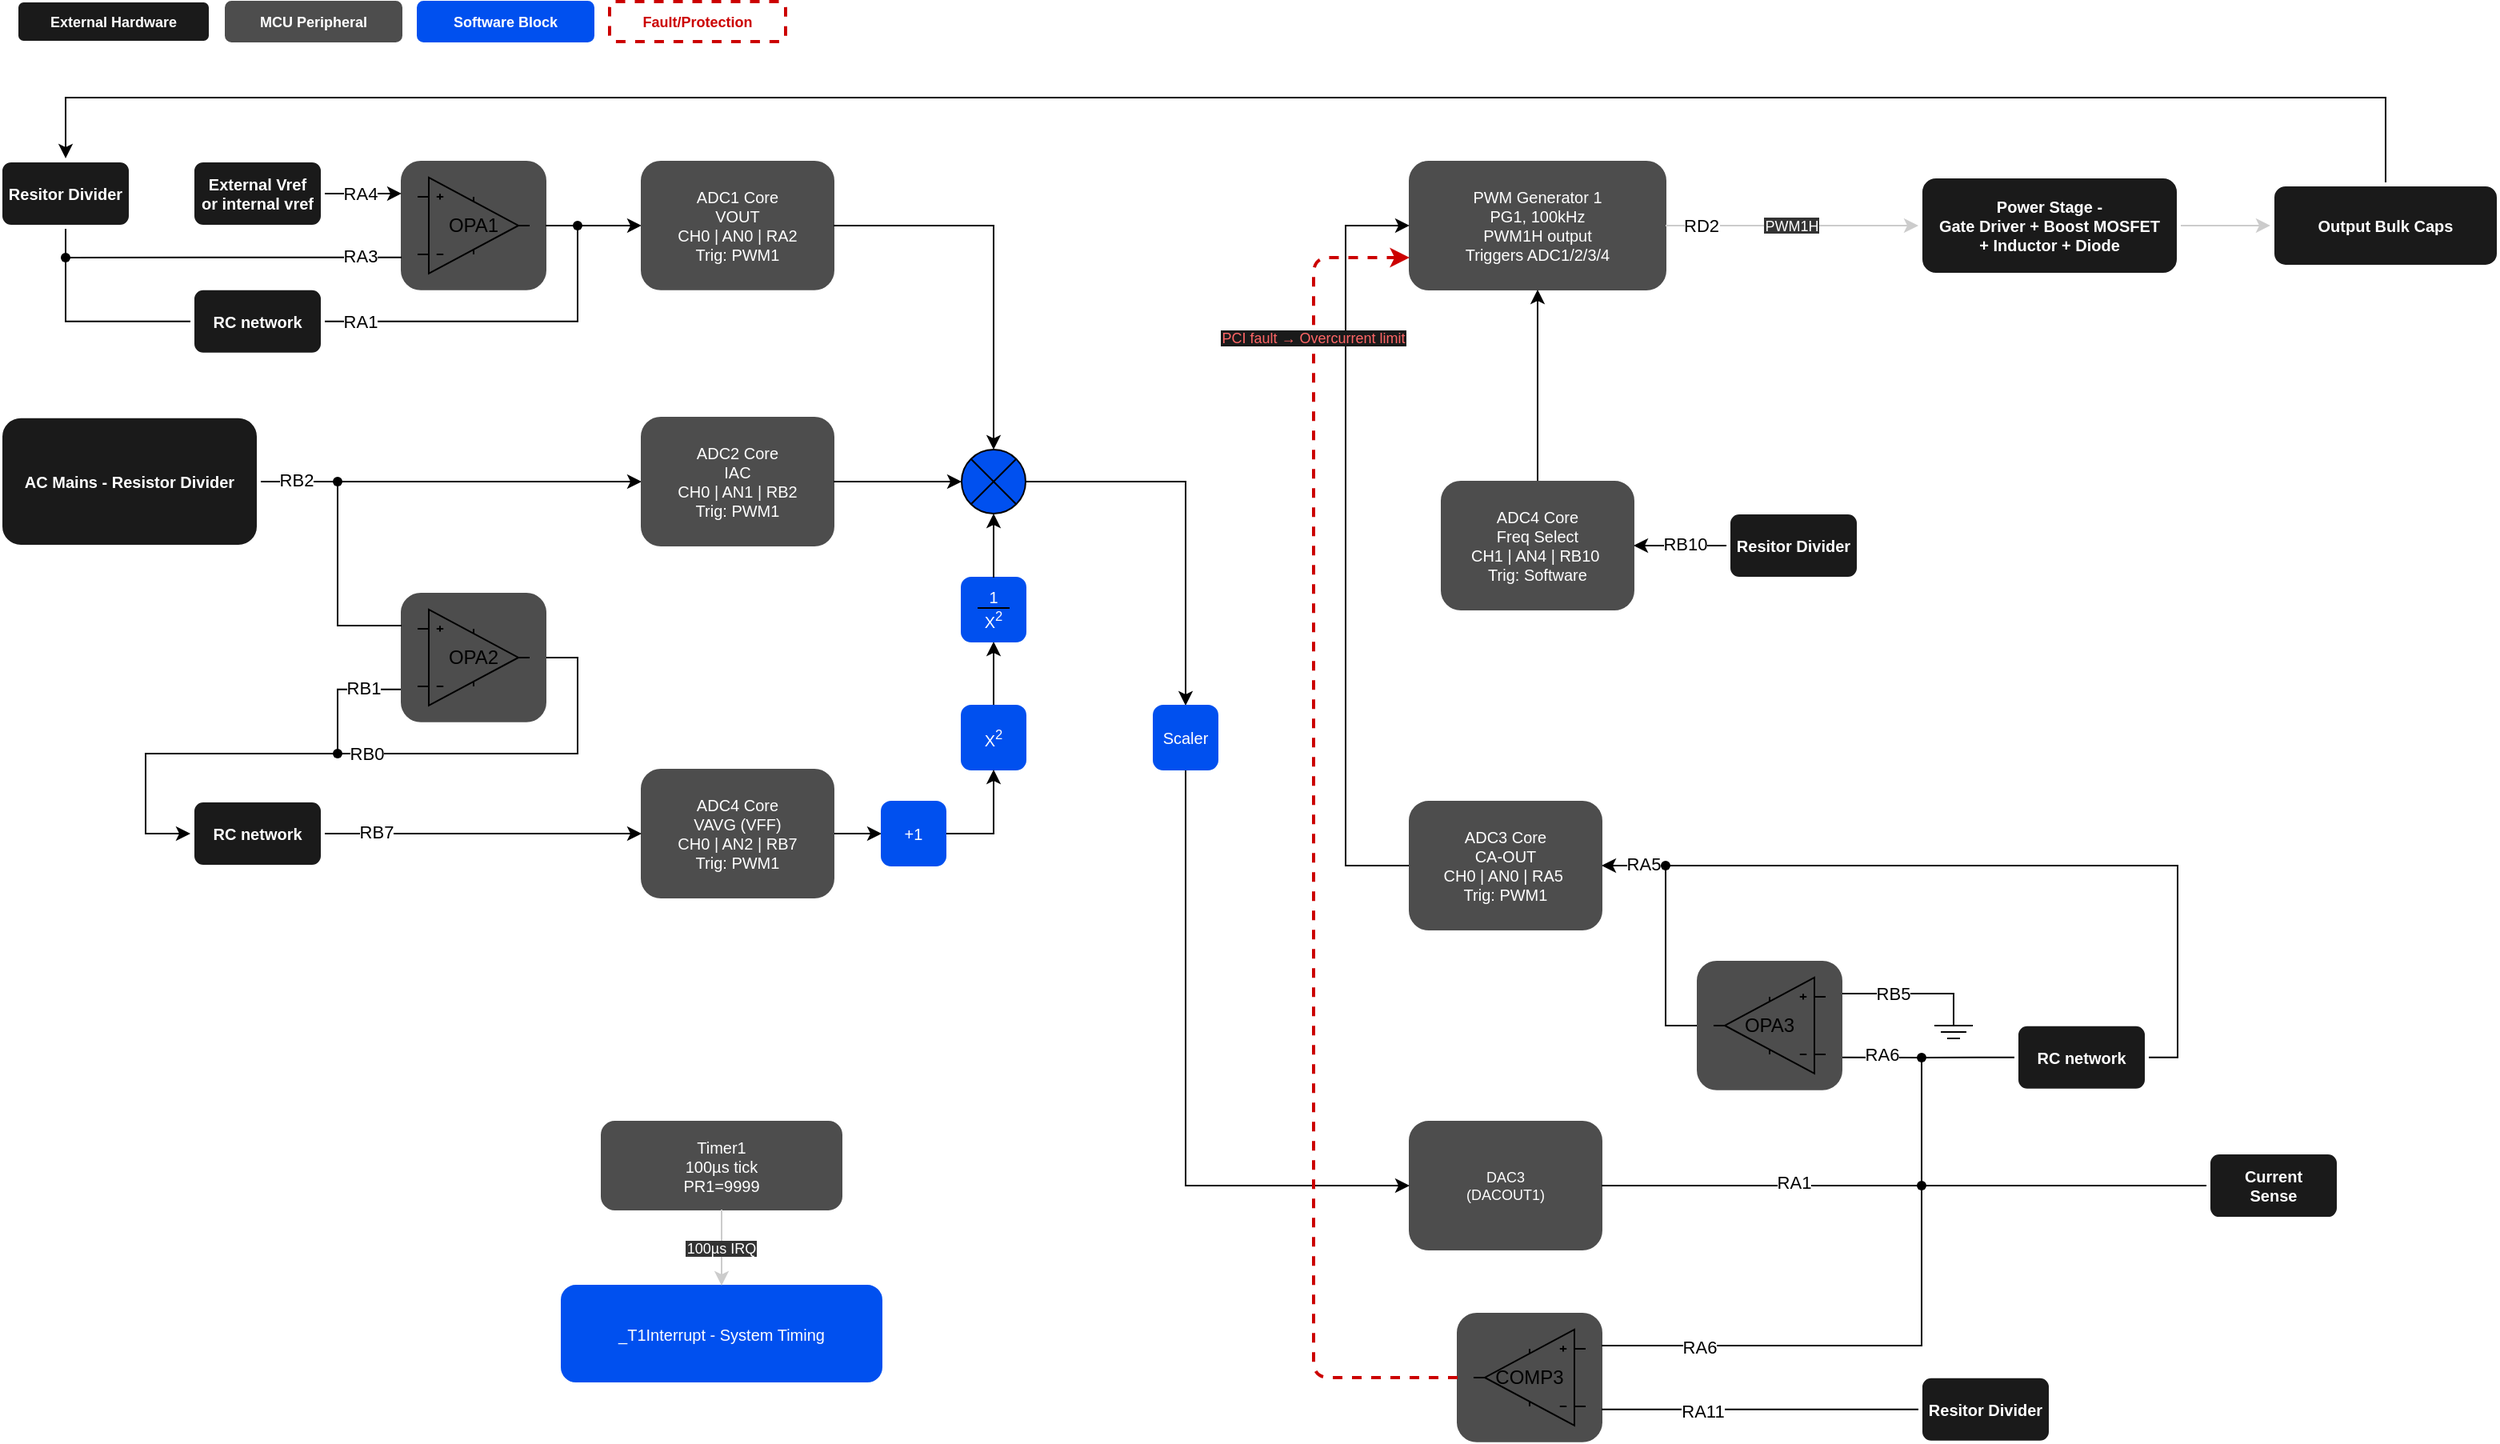
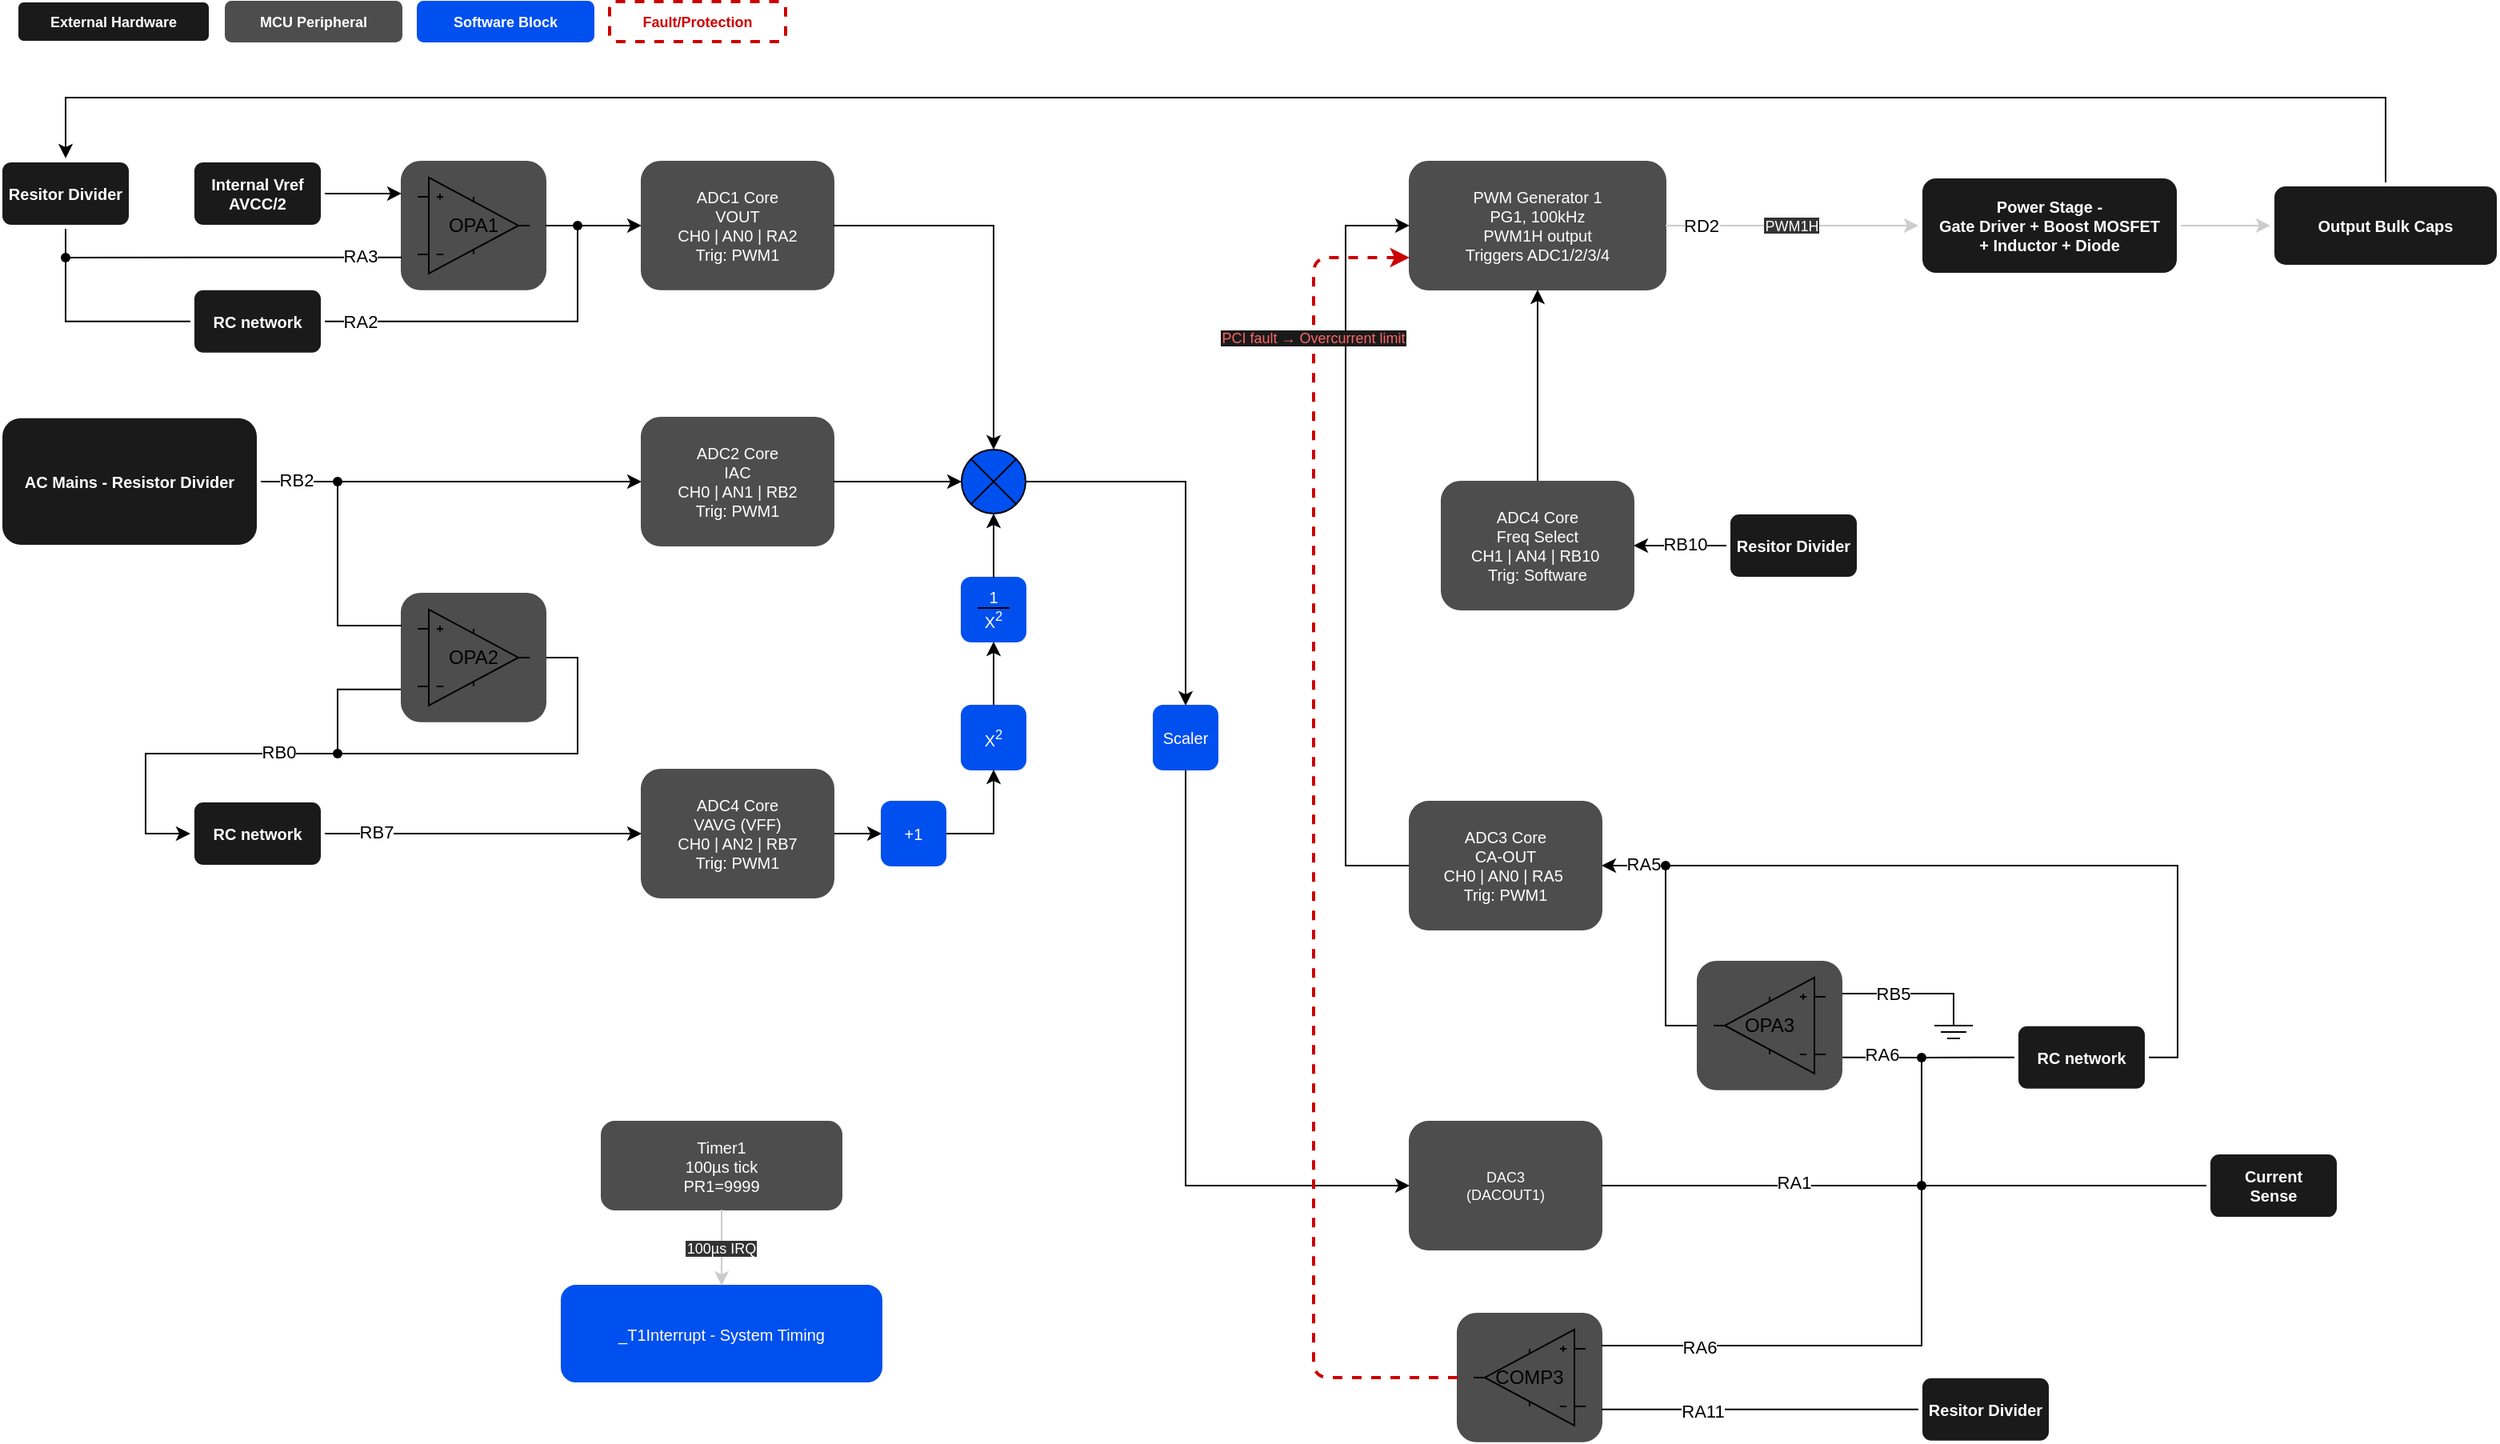
<mxfile host="Electron" agent="Mozilla/5.0 (Windows NT 10.0; Win64; x64) AppleWebKit/537.36 (KHTML, like Gecko) draw.io/25.0.2 Chrome/128.0.6613.186 Electron/32.2.5 Safari/537.36" version="25.0.2">
  <diagram name="dsPIC Functional Block Diagram" id="TTazezMSGf-yASinZBpF">
-     <mxGraphModel dx="170" dy="372" grid="1" gridSize="10" guides="1" tooltips="1" connect="1" arrows="1" fold="1" page="1" pageScale="1" pageWidth="2200" pageHeight="1400" math="0" shadow="0">
+     <mxGraphModel dx="1105" dy="654" grid="1" gridSize="10" guides="1" tooltips="1" connect="1" arrows="1" fold="1" page="1" pageScale="1" pageWidth="2200" pageHeight="1400" math="0" shadow="0">
      <root>
        <mxCell id="xG4Lxz5vGgRE9JCWwKTY-0" />
        <mxCell id="xG4Lxz5vGgRE9JCWwKTY-1" parent="xG4Lxz5vGgRE9JCWwKTY-0" />
        <mxCell id="6Hq7KQMDtwCq4GpELcWa-28" style="edgeStyle=orthogonalEdgeStyle;rounded=0;orthogonalLoop=1;jettySize=auto;html=1;exitDx=0;exitDy=0;entryX=0;entryY=0.5;entryDx=0;entryDy=0;" parent="xG4Lxz5vGgRE9JCWwKTY-1" source="6Hq7KQMDtwCq4GpELcWa-30" target="xG4Lxz5vGgRE9JCWwKTY-20" edge="1">
          <mxGeometry relative="1" as="geometry" />
        </mxCell>
        <mxCell id="6Hq7KQMDtwCq4GpELcWa-32" style="edgeStyle=orthogonalEdgeStyle;rounded=0;orthogonalLoop=1;jettySize=auto;html=1;exitDx=0;exitDy=0;entryX=0;entryY=0.5;entryDx=0;entryDy=0;endArrow=none;endFill=0;" parent="xG4Lxz5vGgRE9JCWwKTY-1" source="6Hq7KQMDtwCq4GpELcWa-34" target="ERXI6H7VJ3-U-STfM57P-12" edge="1">
          <mxGeometry relative="1" as="geometry">
            <Array as="points">
              <mxPoint x="80" y="220" />
            </Array>
          </mxGeometry>
        </mxCell>
        <mxCell id="ERXI6H7VJ3-U-STfM57P-0" value="" style="rounded=1;whiteSpace=wrap;html=1;fillColor=#4D4D4D;strokeColor=#4D4D4D;fontColor=#FFFFFF;fontSize=10;align=center;" parent="xG4Lxz5vGgRE9JCWwKTY-1" vertex="1">
          <mxGeometry x="290" y="120" width="90" height="79.91" as="geometry" />
        </mxCell>
        <mxCell id="xG4Lxz5vGgRE9JCWwKTY-2" value="dsPIC33AK512MPS506 PFC — Control Block Diagram" style="text;html=1;align=center;verticalAlign=middle;fontSize=20;fontStyle=1;fontColor=#FFFFFF;" parent="xG4Lxz5vGgRE9JCWwKTY-1" vertex="1">
          <mxGeometry x="560" y="20" width="600" height="35" as="geometry" />
        </mxCell>
        <mxCell id="xG4Lxz5vGgRE9JCWwKTY-3" value="External Hardware" style="rounded=1;whiteSpace=wrap;html=1;fillColor=#1A1A1A;strokeColor=#FFFFFF;fontColor=#FFFFFF;fontSize=9;fontStyle=1;perimeterSpacing=2;" parent="xG4Lxz5vGgRE9JCWwKTY-1" vertex="1">
          <mxGeometry x="50" y="20" width="120" height="25" as="geometry" />
        </mxCell>
        <mxCell id="xG4Lxz5vGgRE9JCWwKTY-4" value="MCU Peripheral" style="rounded=1;whiteSpace=wrap;html=1;fillColor=#4D4D4D;strokeColor=#4D4D4D;fontColor=#FFFFFF;fontSize=9;fontStyle=1;" parent="xG4Lxz5vGgRE9JCWwKTY-1" vertex="1">
          <mxGeometry x="180" y="20" width="110" height="25" as="geometry" />
        </mxCell>
        <mxCell id="xG4Lxz5vGgRE9JCWwKTY-5" value="Software Block" style="rounded=1;whiteSpace=wrap;html=1;fillColor=#0050EF;strokeColor=#0050EF;fontColor=#FFFFFF;fontSize=9;fontStyle=1;" parent="xG4Lxz5vGgRE9JCWwKTY-1" vertex="1">
          <mxGeometry x="300" y="20" width="110" height="25" as="geometry" />
        </mxCell>
        <mxCell id="xG4Lxz5vGgRE9JCWwKTY-6" value="Fault/Protection" style="rounded=1;whiteSpace=wrap;html=1;fillColor=none;strokeColor=#CC0000;fontColor=#CC0000;fontSize=9;fontStyle=1;strokeWidth=2;dashed=1;" parent="xG4Lxz5vGgRE9JCWwKTY-1" vertex="1">
          <mxGeometry x="420" y="20" width="110" height="25" as="geometry" />
        </mxCell>
        <mxCell id="xG4Lxz5vGgRE9JCWwKTY-9" value="Power Stage -&lt;br&gt;Gate Driver + Boost MOSFET&lt;br&gt;+ Inductor + Diode" style="rounded=1;whiteSpace=wrap;html=1;fillColor=#1A1A1A;strokeColor=#FFFFFF;fontColor=#FFFFFF;fontSize=10;fontStyle=1;perimeterSpacing=2;" parent="xG4Lxz5vGgRE9JCWwKTY-1" vertex="1">
          <mxGeometry x="1240" y="129.98000000000002" width="160" height="60" as="geometry" />
        </mxCell>
        <mxCell id="6Hq7KQMDtwCq4GpELcWa-37" style="edgeStyle=orthogonalEdgeStyle;rounded=0;orthogonalLoop=1;jettySize=auto;html=1;exitDx=0;exitDy=0;entryX=0;entryY=0.5;entryDx=0;entryDy=0;" parent="xG4Lxz5vGgRE9JCWwKTY-1" source="6Hq7KQMDtwCq4GpELcWa-39" target="xG4Lxz5vGgRE9JCWwKTY-18" edge="1">
          <mxGeometry relative="1" as="geometry" />
        </mxCell>
        <mxCell id="xG4Lxz5vGgRE9JCWwKTY-10" value="AC Mains - Resistor Divider" style="rounded=1;whiteSpace=wrap;html=1;fillColor=#1A1A1A;strokeColor=#FFFFFF;fontColor=#FFFFFF;fontSize=10;fontStyle=1;perimeterSpacing=2;" parent="xG4Lxz5vGgRE9JCWwKTY-1" vertex="1">
          <mxGeometry x="40" y="279.91" width="160" height="80.09" as="geometry" />
        </mxCell>
        <mxCell id="6Hq7KQMDtwCq4GpELcWa-26" style="edgeStyle=orthogonalEdgeStyle;rounded=0;orthogonalLoop=1;jettySize=auto;html=1;exitX=0.5;exitY=0;exitDx=0;exitDy=0;entryX=0.5;entryY=0;entryDx=0;entryDy=0;" parent="xG4Lxz5vGgRE9JCWwKTY-1" source="xG4Lxz5vGgRE9JCWwKTY-11" target="ERXI6H7VJ3-U-STfM57P-13" edge="1">
          <mxGeometry relative="1" as="geometry">
            <Array as="points">
              <mxPoint x="1530" y="80" />
              <mxPoint x="80" y="80" />
            </Array>
          </mxGeometry>
        </mxCell>
        <mxCell id="xG4Lxz5vGgRE9JCWwKTY-11" value="Output Bulk Caps" style="rounded=1;whiteSpace=wrap;html=1;fillColor=#1A1A1A;strokeColor=#FFFFFF;fontColor=#FFFFFF;fontSize=10;fontStyle=1;perimeterSpacing=2;" parent="xG4Lxz5vGgRE9JCWwKTY-1" vertex="1">
          <mxGeometry x="1460" y="134.98000000000002" width="140" height="50" as="geometry" />
        </mxCell>
        <mxCell id="xG4Lxz5vGgRE9JCWwKTY-18" value="ADC2 Core&lt;div&gt;IAC&lt;br&gt;CH0 | AN1 | RB2&lt;/div&gt;&lt;div&gt;Trig: PWM1&lt;/div&gt;" style="rounded=1;whiteSpace=wrap;html=1;fillColor=#4D4D4D;strokeColor=#4D4D4D;fontColor=#FFFFFF;fontSize=10;" parent="xG4Lxz5vGgRE9JCWwKTY-1" vertex="1">
          <mxGeometry x="440" y="280" width="120" height="80" as="geometry" />
        </mxCell>
        <mxCell id="xG4Lxz5vGgRE9JCWwKTY-19" value="PWM Generator 1&lt;br&gt;PG1, 100kHz&lt;br&gt;PWM1H output&lt;br&gt;Triggers ADC1/2/3/4" style="rounded=1;whiteSpace=wrap;html=1;fillColor=#4D4D4D;strokeColor=#4D4D4D;fontColor=#FFFFFF;fontSize=10;" parent="xG4Lxz5vGgRE9JCWwKTY-1" vertex="1">
          <mxGeometry x="920" y="119.94999999999999" width="160" height="80.05" as="geometry" />
        </mxCell>
        <mxCell id="xG4Lxz5vGgRE9JCWwKTY-20" value="ADC1 Core&lt;div&gt;VOUT&lt;/div&gt;&lt;div&gt;CH0 | AN0 | RA2&lt;br&gt;Trig: PWM1&lt;/div&gt;" style="rounded=1;whiteSpace=wrap;html=1;fillColor=#4D4D4D;strokeColor=#4D4D4D;fontColor=#FFFFFF;fontSize=10;" parent="xG4Lxz5vGgRE9JCWwKTY-1" vertex="1">
          <mxGeometry x="440" y="120" width="120" height="79.91" as="geometry" />
        </mxCell>
        <mxCell id="6Hq7KQMDtwCq4GpELcWa-9" style="edgeStyle=orthogonalEdgeStyle;rounded=0;orthogonalLoop=1;jettySize=auto;html=1;exitDx=0;exitDy=0;entryX=1;entryY=0.75;entryDx=0;entryDy=0;endArrow=none;endFill=0;" parent="xG4Lxz5vGgRE9JCWwKTY-1" source="6Hq7KQMDtwCq4GpELcWa-14" target="ERXI6H7VJ3-U-STfM57P-17" edge="1">
          <mxGeometry relative="1" as="geometry">
            <mxPoint x="1240" y="760" as="targetPoint" />
            <Array as="points">
              <mxPoint x="1240" y="680" />
            </Array>
          </mxGeometry>
        </mxCell>
        <mxCell id="uwgXkesg3cz8gNDAVro1-9" value="RA6" style="edgeLabel;html=1;align=center;verticalAlign=middle;resizable=0;points=[];" vertex="1" connectable="0" parent="6Hq7KQMDtwCq4GpELcWa-9">
          <mxGeometry x="0.0106" y="-2" relative="1" as="geometry">
            <mxPoint as="offset" />
          </mxGeometry>
        </mxCell>
        <mxCell id="xG4Lxz5vGgRE9JCWwKTY-21" value="DAC3&lt;br&gt;(DACOUT1)" style="rounded=1;whiteSpace=wrap;html=1;fillColor=#4D4D4D;strokeColor=#4D4D4D;fontColor=#FFFFFF;fontSize=9;" parent="xG4Lxz5vGgRE9JCWwKTY-1" vertex="1">
          <mxGeometry x="920" y="720" width="120" height="80" as="geometry" />
        </mxCell>
        <mxCell id="6Hq7KQMDtwCq4GpELcWa-52" style="edgeStyle=orthogonalEdgeStyle;rounded=0;orthogonalLoop=1;jettySize=auto;html=1;exitX=1;exitY=0.5;exitDx=0;exitDy=0;entryX=0;entryY=0.5;entryDx=0;entryDy=0;" parent="xG4Lxz5vGgRE9JCWwKTY-1" source="xG4Lxz5vGgRE9JCWwKTY-22" target="6Hq7KQMDtwCq4GpELcWa-51" edge="1">
          <mxGeometry relative="1" as="geometry" />
        </mxCell>
        <mxCell id="xG4Lxz5vGgRE9JCWwKTY-22" value="ADC4 Core&lt;div&gt;VAVG (VFF)&lt;br&gt;CH0 | AN2 | RB7&lt;br&gt;Trig: PWM1&lt;/div&gt;" style="rounded=1;whiteSpace=wrap;html=1;fillColor=#4D4D4D;strokeColor=#4D4D4D;fontColor=#FFFFFF;fontSize=10;" parent="xG4Lxz5vGgRE9JCWwKTY-1" vertex="1">
          <mxGeometry x="440" y="500" width="120" height="80" as="geometry" />
        </mxCell>
        <mxCell id="xG4Lxz5vGgRE9JCWwKTY-26" value="Timer1&#xa;100µs tick&#xa;PR1=9999" style="rounded=1;whiteSpace=wrap;html=1;fillColor=#4D4D4D;strokeColor=#4D4D4D;fontColor=#FFFFFF;fontSize=10;" parent="xG4Lxz5vGgRE9JCWwKTY-1" vertex="1">
          <mxGeometry x="415" y="720" width="150" height="55" as="geometry" />
        </mxCell>
        <mxCell id="xG4Lxz5vGgRE9JCWwKTY-49" value="_T1Interrupt - System Timing" style="rounded=1;whiteSpace=wrap;html=1;fillColor=#0050EF;strokeColor=#0050EF;fontColor=#FFFFFF;fontSize=10;" parent="xG4Lxz5vGgRE9JCWwKTY-1" vertex="1">
          <mxGeometry x="390" y="822.5" width="200" height="60" as="geometry" />
        </mxCell>
        <mxCell id="xG4Lxz5vGgRE9JCWwKTY-65" value="PWM1H" style="edgeStyle=orthogonalEdgeStyle;strokeColor=#CCCCCC;fontColor=#FFFFFF;labelBackgroundColor=#333333;fontSize=9;fontStyle=0;rounded=1;align=center;verticalAlign=middle;fontFamily=Helvetica;endArrow=classic;" parent="xG4Lxz5vGgRE9JCWwKTY-1" source="xG4Lxz5vGgRE9JCWwKTY-19" target="xG4Lxz5vGgRE9JCWwKTY-9" edge="1">
          <mxGeometry relative="1" as="geometry" />
        </mxCell>
        <mxCell id="uwgXkesg3cz8gNDAVro1-15" value="RD2" style="edgeLabel;html=1;align=center;verticalAlign=middle;resizable=0;points=[];" vertex="1" connectable="0" parent="xG4Lxz5vGgRE9JCWwKTY-65">
          <mxGeometry x="-0.7247" relative="1" as="geometry">
            <mxPoint as="offset" />
          </mxGeometry>
        </mxCell>
        <mxCell id="xG4Lxz5vGgRE9JCWwKTY-67" style="edgeStyle=orthogonalEdgeStyle;strokeColor=#CCCCCC;" parent="xG4Lxz5vGgRE9JCWwKTY-1" source="xG4Lxz5vGgRE9JCWwKTY-9" target="xG4Lxz5vGgRE9JCWwKTY-11" edge="1">
          <mxGeometry relative="1" as="geometry" />
        </mxCell>
        <mxCell id="xG4Lxz5vGgRE9JCWwKTY-72" value="100µs IRQ" style="edgeStyle=orthogonalEdgeStyle;strokeColor=#CCCCCC;fontColor=#FFFFFF;labelBackgroundColor=#333333;fontSize=9;" parent="xG4Lxz5vGgRE9JCWwKTY-1" source="xG4Lxz5vGgRE9JCWwKTY-26" target="xG4Lxz5vGgRE9JCWwKTY-49" edge="1">
          <mxGeometry relative="1" as="geometry" />
        </mxCell>
        <mxCell id="ztof4GAGRDtz8DuTIBPX-0" value="OPA1" style="shape=stencil(rZbRboMgGIWfhttFIUZ3ubjtPailk5SCAdpub18UbQpWZsHEmPAf+TyeH1SAatXijgCYtQB9AgjzLDNnM756Y6w60mhbvGBJ8Y4RqygtxZFc6V6PDMpbIqnuVfQFsg9zTX+guhGcGwgVXDnKg25gmHIzN/u1sPH2f+PoDdpxZ+5wIprI0aatAvgdDa62AuceuNjM8YTyw0iDVM8hqDaVpY6heoeb448UZ76fz1rUDkKSJ8JdpozZ1RR4qA7362wmTPJJXMhDL7wuh/KaCIzyZcJ9P7zCeHcZxSpEw4QK5WDqC1GYTf1fiNsn7T7iBkmvQ4RMVOkm1iFcE1Hd9l3EMFwbhYuAxes2fES6izLdRUxL8jJ5YUCU7MJbnmUZ4cLLAiVnEbNTvSzCiMg31TBt9r0YqvaXZSjcAA==);whiteSpace=wrap;html=1;flipV=1;fillColor=#4D4D4D;fillStyle=solid;gradientColor=none;" parent="xG4Lxz5vGgRE9JCWwKTY-1" vertex="1">
          <mxGeometry x="300" y="129.95000000000005" width="70" height="60" as="geometry" />
        </mxCell>
        <mxCell id="6Hq7KQMDtwCq4GpELcWa-7" style="edgeStyle=orthogonalEdgeStyle;rounded=0;orthogonalLoop=1;jettySize=auto;html=1;exitX=1;exitY=0.5;exitDx=0;exitDy=0;exitPerimeter=0;entryX=0.5;entryY=0;entryDx=0;entryDy=0;" parent="xG4Lxz5vGgRE9JCWwKTY-1" source="ERXI6H7VJ3-U-STfM57P-3" target="ERXI6H7VJ3-U-STfM57P-8" edge="1">
          <mxGeometry relative="1" as="geometry" />
        </mxCell>
        <mxCell id="ERXI6H7VJ3-U-STfM57P-3" value="" style="verticalLabelPosition=bottom;shadow=0;dashed=0;align=center;html=1;verticalAlign=top;shape=mxgraph.electrical.abstract.multiplier;fillColor=#0050ef;" parent="xG4Lxz5vGgRE9JCWwKTY-1" vertex="1">
          <mxGeometry x="640" y="300" width="40" height="40" as="geometry" />
        </mxCell>
        <mxCell id="6Hq7KQMDtwCq4GpELcWa-5" style="edgeStyle=orthogonalEdgeStyle;rounded=0;orthogonalLoop=1;jettySize=auto;html=1;exitX=0.5;exitY=0;exitDx=0;exitDy=0;entryX=0.5;entryY=1;entryDx=0;entryDy=0;" parent="xG4Lxz5vGgRE9JCWwKTY-1" source="ERXI6H7VJ3-U-STfM57P-5" target="ERXI6H7VJ3-U-STfM57P-6" edge="1">
          <mxGeometry relative="1" as="geometry" />
        </mxCell>
        <mxCell id="ERXI6H7VJ3-U-STfM57P-5" value="X&lt;sup&gt;2&lt;/sup&gt;" style="rounded=1;whiteSpace=wrap;html=1;fillColor=#0050EF;strokeColor=#0050EF;fontColor=#FFFFFF;fontSize=10;" parent="xG4Lxz5vGgRE9JCWwKTY-1" vertex="1">
          <mxGeometry x="640" y="460" width="40" height="40" as="geometry" />
        </mxCell>
        <mxCell id="ERXI6H7VJ3-U-STfM57P-6" value="&lt;div&gt;1&lt;/div&gt;X&lt;sup&gt;2&lt;/sup&gt;" style="rounded=1;whiteSpace=wrap;html=1;fillColor=#0050EF;strokeColor=#0050EF;fontColor=#FFFFFF;fontSize=10;" parent="xG4Lxz5vGgRE9JCWwKTY-1" vertex="1">
          <mxGeometry x="640" y="380" width="40" height="40" as="geometry" />
        </mxCell>
        <mxCell id="ERXI6H7VJ3-U-STfM57P-7" value="" style="endArrow=none;html=1;rounded=0;" parent="xG4Lxz5vGgRE9JCWwKTY-1" edge="1">
          <mxGeometry width="50" height="50" relative="1" as="geometry">
            <mxPoint x="650" y="399" as="sourcePoint" />
            <mxPoint x="670" y="399" as="targetPoint" />
          </mxGeometry>
        </mxCell>
        <mxCell id="6Hq7KQMDtwCq4GpELcWa-8" style="edgeStyle=orthogonalEdgeStyle;rounded=0;orthogonalLoop=1;jettySize=auto;html=1;exitX=0.5;exitY=1;exitDx=0;exitDy=0;entryX=0;entryY=0.5;entryDx=0;entryDy=0;" parent="xG4Lxz5vGgRE9JCWwKTY-1" source="ERXI6H7VJ3-U-STfM57P-8" target="xG4Lxz5vGgRE9JCWwKTY-21" edge="1">
          <mxGeometry relative="1" as="geometry" />
        </mxCell>
        <mxCell id="ERXI6H7VJ3-U-STfM57P-8" value="Scaler" style="rounded=1;whiteSpace=wrap;html=1;fillColor=#0050EF;strokeColor=#0050EF;fontColor=#FFFFFF;fontSize=10;" parent="xG4Lxz5vGgRE9JCWwKTY-1" vertex="1">
          <mxGeometry x="760" y="460" width="40" height="40" as="geometry" />
        </mxCell>
        <mxCell id="6Hq7KQMDtwCq4GpELcWa-41" style="edgeStyle=orthogonalEdgeStyle;rounded=0;orthogonalLoop=1;jettySize=auto;html=1;exitX=1;exitY=0.5;exitDx=0;exitDy=0;entryX=0;entryY=0.5;entryDx=0;entryDy=0;" parent="xG4Lxz5vGgRE9JCWwKTY-1" source="ERXI6H7VJ3-U-STfM57P-10" target="xG4Lxz5vGgRE9JCWwKTY-22" edge="1">
          <mxGeometry relative="1" as="geometry" />
        </mxCell>
        <mxCell id="uwgXkesg3cz8gNDAVro1-7" value="RB7" style="edgeLabel;html=1;align=center;verticalAlign=middle;resizable=0;points=[];" vertex="1" connectable="0" parent="6Hq7KQMDtwCq4GpELcWa-41">
          <mxGeometry x="-0.6747" y="1" relative="1" as="geometry">
            <mxPoint as="offset" />
          </mxGeometry>
        </mxCell>
        <mxCell id="ERXI6H7VJ3-U-STfM57P-10" value="&lt;div&gt;RC network&lt;/div&gt;" style="rounded=1;whiteSpace=wrap;html=1;fillColor=#1A1A1A;strokeColor=#FFFFFF;fontColor=#FFFFFF;fontSize=10;fontStyle=1;perimeterSpacing=2;" parent="xG4Lxz5vGgRE9JCWwKTY-1" vertex="1">
          <mxGeometry x="160" y="520" width="80" height="40" as="geometry" />
        </mxCell>
        <mxCell id="ERXI6H7VJ3-U-STfM57P-12" value="&lt;div&gt;RC network&lt;/div&gt;" style="rounded=1;whiteSpace=wrap;html=1;fillColor=#1A1A1A;strokeColor=#FFFFFF;fontColor=#FFFFFF;fontSize=10;fontStyle=1;perimeterSpacing=2;" parent="xG4Lxz5vGgRE9JCWwKTY-1" vertex="1">
          <mxGeometry x="160" y="199.91000000000003" width="80" height="40" as="geometry" />
        </mxCell>
        <mxCell id="ERXI6H7VJ3-U-STfM57P-13" value="&lt;div&gt;Resitor Divider&lt;/div&gt;" style="rounded=1;whiteSpace=wrap;html=1;fillColor=#1A1A1A;strokeColor=#FFFFFF;fontColor=#FFFFFF;fontSize=10;fontStyle=1;perimeterSpacing=2;" parent="xG4Lxz5vGgRE9JCWwKTY-1" vertex="1">
          <mxGeometry x="40" y="119.94999999999993" width="80" height="40" as="geometry" />
        </mxCell>
        <mxCell id="6Hq7KQMDtwCq4GpELcWa-42" style="edgeStyle=orthogonalEdgeStyle;rounded=0;orthogonalLoop=1;jettySize=auto;html=1;exitX=1;exitY=0.5;exitDx=0;exitDy=0;entryX=0;entryY=0.5;entryDx=0;entryDy=0;" parent="xG4Lxz5vGgRE9JCWwKTY-1" source="ERXI6H7VJ3-U-STfM57P-14" target="ERXI6H7VJ3-U-STfM57P-10" edge="1">
          <mxGeometry relative="1" as="geometry">
            <Array as="points">
              <mxPoint x="400" y="430" />
              <mxPoint x="400" y="490" />
              <mxPoint x="130" y="490" />
              <mxPoint x="130" y="540" />
            </Array>
          </mxGeometry>
        </mxCell>
-         <mxCell id="uwgXkesg3cz8gNDAVro1-6" value="RB0" style="edgeLabel;html=1;align=center;verticalAlign=middle;resizable=0;points=[];" vertex="1" connectable="0" parent="6Hq7KQMDtwCq4GpELcWa-42">
-           <mxGeometry x="-0.0097" relative="1" as="geometry">
+         <mxCell id="uwgXkesg3cz8gNDAVro1-16" value="RB0" style="edgeLabel;html=1;align=center;verticalAlign=middle;resizable=0;points=[];" vertex="1" connectable="0" parent="6Hq7KQMDtwCq4GpELcWa-42">
+           <mxGeometry x="0.2496" y="-1" relative="1" as="geometry">
            <mxPoint as="offset" />
          </mxGeometry>
        </mxCell>
        <mxCell id="6Hq7KQMDtwCq4GpELcWa-48" style="edgeStyle=orthogonalEdgeStyle;rounded=0;orthogonalLoop=1;jettySize=auto;html=1;exitX=0;exitY=0.75;exitDx=0;exitDy=0;endArrow=none;endFill=0;" parent="xG4Lxz5vGgRE9JCWwKTY-1" source="ERXI6H7VJ3-U-STfM57P-14" target="6Hq7KQMDtwCq4GpELcWa-47" edge="1">
          <mxGeometry relative="1" as="geometry" />
-         </mxCell>
-         <mxCell id="uwgXkesg3cz8gNDAVro1-5" value="RB1" style="edgeLabel;html=1;align=center;verticalAlign=middle;resizable=0;points=[];" vertex="1" connectable="0" parent="6Hq7KQMDtwCq4GpELcWa-48">
-           <mxGeometry x="-0.4042" y="-1" relative="1" as="geometry">
-             <mxPoint as="offset" />
-           </mxGeometry>
        </mxCell>
        <mxCell id="ERXI6H7VJ3-U-STfM57P-14" value="" style="rounded=1;whiteSpace=wrap;html=1;fillColor=#4D4D4D;strokeColor=#4D4D4D;fontColor=#FFFFFF;fontSize=10;align=center;" parent="xG4Lxz5vGgRE9JCWwKTY-1" vertex="1">
          <mxGeometry x="290" y="390" width="90" height="79.91" as="geometry" />
        </mxCell>
        <mxCell id="ERXI6H7VJ3-U-STfM57P-15" value="OPA2" style="shape=stencil(rZbRboMgGIWfhttFIUZ3ubjtPailk5SCAdpub18UbQpWZsHEmPAf+TyeH1SAatXijgCYtQB9AgjzLDNnM756Y6w60mhbvGBJ8Y4RqygtxZFc6V6PDMpbIqnuVfQFsg9zTX+guhGcGwgVXDnKg25gmHIzN/u1sPH2f+PoDdpxZ+5wIprI0aatAvgdDa62AuceuNjM8YTyw0iDVM8hqDaVpY6heoeb448UZ76fz1rUDkKSJ8JdpozZ1RR4qA7362wmTPJJXMhDL7wuh/KaCIzyZcJ9P7zCeHcZxSpEw4QK5WDqC1GYTf1fiNsn7T7iBkmvQ4RMVOkm1iFcE1Hd9l3EMFwbhYuAxes2fES6izLdRUxL8jJ5YUCU7MJbnmUZ4cLLAiVnEbNTvSzCiMg31TBt9r0YqvaXZSjcAA==);whiteSpace=wrap;html=1;flipV=1;fillColor=#4D4D4D;fillStyle=solid;gradientColor=none;" parent="xG4Lxz5vGgRE9JCWwKTY-1" vertex="1">
          <mxGeometry x="300" y="399.95000000000005" width="70" height="60" as="geometry" />
        </mxCell>
        <mxCell id="6Hq7KQMDtwCq4GpELcWa-21" style="edgeStyle=orthogonalEdgeStyle;rounded=0;orthogonalLoop=1;jettySize=auto;html=1;exitX=0;exitY=0.5;exitDx=0;exitDy=0;entryX=0;entryY=0.5;entryDx=0;entryDy=0;" parent="xG4Lxz5vGgRE9JCWwKTY-1" source="ERXI6H7VJ3-U-STfM57P-16" target="xG4Lxz5vGgRE9JCWwKTY-19" edge="1">
          <mxGeometry relative="1" as="geometry">
            <Array as="points">
              <mxPoint x="880" y="560" />
              <mxPoint x="880" y="160" />
            </Array>
          </mxGeometry>
        </mxCell>
        <mxCell id="ERXI6H7VJ3-U-STfM57P-16" value="ADC3 Core&lt;div&gt;CA-OUT&lt;br&gt;CH0 | AN0 | RA5&amp;nbsp;&lt;br&gt;Trig: PWM1&lt;/div&gt;" style="rounded=1;whiteSpace=wrap;html=1;fillColor=#4D4D4D;strokeColor=#4D4D4D;fontColor=#FFFFFF;fontSize=10;" parent="xG4Lxz5vGgRE9JCWwKTY-1" vertex="1">
          <mxGeometry x="920" y="520" width="120" height="80" as="geometry" />
        </mxCell>
        <mxCell id="6Hq7KQMDtwCq4GpELcWa-16" style="edgeStyle=orthogonalEdgeStyle;rounded=0;orthogonalLoop=1;jettySize=auto;html=1;exitX=1;exitY=0.25;exitDx=0;exitDy=0;entryX=0.5;entryY=0;entryDx=0;entryDy=0;endArrow=none;endFill=0;" parent="xG4Lxz5vGgRE9JCWwKTY-1" source="ERXI6H7VJ3-U-STfM57P-17" target="ERXI6H7VJ3-U-STfM57P-21" edge="1">
          <mxGeometry relative="1" as="geometry">
            <Array as="points">
              <mxPoint x="1260" y="640" />
            </Array>
          </mxGeometry>
        </mxCell>
        <mxCell id="uwgXkesg3cz8gNDAVro1-8" value="RB5" style="edgeLabel;html=1;align=center;verticalAlign=middle;resizable=0;points=[];" vertex="1" connectable="0" parent="6Hq7KQMDtwCq4GpELcWa-16">
          <mxGeometry x="-0.2227" relative="1" as="geometry">
            <mxPoint x="1" as="offset" />
          </mxGeometry>
        </mxCell>
        <mxCell id="6Hq7KQMDtwCq4GpELcWa-18" style="edgeStyle=orthogonalEdgeStyle;rounded=0;orthogonalLoop=1;jettySize=auto;html=1;exitX=0;exitY=0.5;exitDx=0;exitDy=0;endArrow=none;endFill=0;" parent="xG4Lxz5vGgRE9JCWwKTY-1" source="ERXI6H7VJ3-U-STfM57P-17" edge="1">
          <mxGeometry relative="1" as="geometry">
            <mxPoint x="1080" y="560" as="targetPoint" />
          </mxGeometry>
        </mxCell>
        <mxCell id="ERXI6H7VJ3-U-STfM57P-17" value="" style="rounded=1;whiteSpace=wrap;html=1;fillColor=#4D4D4D;strokeColor=#4D4D4D;fontColor=#FFFFFF;fontSize=10;align=center;" parent="xG4Lxz5vGgRE9JCWwKTY-1" vertex="1">
          <mxGeometry x="1100" y="620" width="90" height="79.91" as="geometry" />
        </mxCell>
        <mxCell id="ERXI6H7VJ3-U-STfM57P-18" value="OPA3" style="shape=stencil(rZbRboMgGIWfhttFIUZ3ubjtPailk5SCAdpub18UbQpWZsHEmPAf+TyeH1SAatXijgCYtQB9AgjzLDNnM756Y6w60mhbvGBJ8Y4RqygtxZFc6V6PDMpbIqnuVfQFsg9zTX+guhGcGwgVXDnKg25gmHIzN/u1sPH2f+PoDdpxZ+5wIprI0aatAvgdDa62AuceuNjM8YTyw0iDVM8hqDaVpY6heoeb448UZ76fz1rUDkKSJ8JdpozZ1RR4qA7362wmTPJJXMhDL7wuh/KaCIzyZcJ9P7zCeHcZxSpEw4QK5WDqC1GYTf1fiNsn7T7iBkmvQ4RMVOkm1iFcE1Hd9l3EMFwbhYuAxes2fES6izLdRUxL8jJ5YUCU7MJbnmUZ4cLLAiVnEbNTvSzCiMg31TBt9r0YqvaXZSjcAA==);whiteSpace=wrap;html=1;flipV=1;fillColor=#4D4D4D;fillStyle=solid;gradientColor=none;flipH=1;" parent="xG4Lxz5vGgRE9JCWwKTY-1" vertex="1">
          <mxGeometry x="1110" y="629.95" width="70" height="60" as="geometry" />
        </mxCell>
        <mxCell id="6Hq7KQMDtwCq4GpELcWa-17" style="edgeStyle=orthogonalEdgeStyle;rounded=0;orthogonalLoop=1;jettySize=auto;html=1;exitDx=0;exitDy=0;entryX=1;entryY=0.5;entryDx=0;entryDy=0;" parent="xG4Lxz5vGgRE9JCWwKTY-1" source="6Hq7KQMDtwCq4GpELcWa-20" target="ERXI6H7VJ3-U-STfM57P-16" edge="1">
          <mxGeometry relative="1" as="geometry">
            <mxPoint x="1400" y="560" as="targetPoint" />
            <Array as="points" />
          </mxGeometry>
        </mxCell>
        <mxCell id="uwgXkesg3cz8gNDAVro1-13" value="RA5" style="edgeLabel;html=1;align=center;verticalAlign=middle;resizable=0;points=[];" vertex="1" connectable="0" parent="6Hq7KQMDtwCq4GpELcWa-17">
          <mxGeometry x="-0.5088" y="-1" relative="1" as="geometry">
            <mxPoint as="offset" />
          </mxGeometry>
        </mxCell>
        <mxCell id="ERXI6H7VJ3-U-STfM57P-19" value="&lt;div&gt;RC network&lt;/div&gt;" style="rounded=1;whiteSpace=wrap;html=1;fillColor=#1A1A1A;strokeColor=#FFFFFF;fontColor=#FFFFFF;fontSize=10;fontStyle=1;perimeterSpacing=2;" parent="xG4Lxz5vGgRE9JCWwKTY-1" vertex="1">
          <mxGeometry x="1300" y="659.91" width="80" height="40" as="geometry" />
        </mxCell>
        <mxCell id="6Hq7KQMDtwCq4GpELcWa-12" style="edgeStyle=orthogonalEdgeStyle;rounded=0;orthogonalLoop=1;jettySize=auto;html=1;exitX=0;exitY=0.5;exitDx=0;exitDy=0;endArrow=none;endFill=0;" parent="xG4Lxz5vGgRE9JCWwKTY-1" source="ERXI6H7VJ3-U-STfM57P-20" target="6Hq7KQMDtwCq4GpELcWa-11" edge="1">
          <mxGeometry relative="1" as="geometry" />
        </mxCell>
        <mxCell id="ERXI6H7VJ3-U-STfM57P-20" value="Current&lt;div&gt;Sense&lt;/div&gt;" style="rounded=1;whiteSpace=wrap;html=1;fillColor=#1A1A1A;strokeColor=#FFFFFF;fontColor=#FFFFFF;fontSize=10;fontStyle=1;perimeterSpacing=2;" parent="xG4Lxz5vGgRE9JCWwKTY-1" vertex="1">
          <mxGeometry x="1420" y="740" width="80" height="40.05" as="geometry" />
        </mxCell>
        <mxCell id="ERXI6H7VJ3-U-STfM57P-21" value="" style="shape=stencil(pZPZDoIwEEW/pq+mtOLyaFD/o8AojdiSUre/tzCgVmji8kIy9zJnbiZTwpO6EBUQRgvC14QxRt3HlRe/FHUFmUXtLIwUaQno1NboA1xkbjuCVAUYaRuXbwhdkYZBCU8yrZSDSK1qz3nxHUxI5XrpFWF0EuOYW1djVbkJR7BgUI1QJWz7NtIpoak8SUV22Bt9UvmwK+jttIER42HLssSNjOTpf6pEs6uB0dtHfYbnBiI6toBxdE8opQoT4k8Ifobp94C3CLN/I/iA+Q8Rpt8T/AgLD7D8IQL7nNBeYeBQ3KMNnVjbNrjRVsWH3gp3);whiteSpace=wrap;html=1;" parent="xG4Lxz5vGgRE9JCWwKTY-1" vertex="1">
          <mxGeometry x="1240" y="649.95" width="40" height="40" as="geometry" />
        </mxCell>
        <mxCell id="ERXI6H7VJ3-U-STfM57P-25" value="" style="rounded=1;whiteSpace=wrap;html=1;fillColor=#4D4D4D;strokeColor=#4D4D4D;fontColor=#FFFFFF;fontSize=10;align=center;" parent="xG4Lxz5vGgRE9JCWwKTY-1" vertex="1">
          <mxGeometry x="950" y="840" width="90" height="79.91" as="geometry" />
        </mxCell>
        <mxCell id="ERXI6H7VJ3-U-STfM57P-26" value="COMP3" style="shape=stencil(rZbRboMgGIWfhttFIUZ3ubjtPailk5SCAdpub18UbQpWZsHEmPAf+TyeH1SAatXijgCYtQB9AgjzLDNnM756Y6w60mhbvGBJ8Y4RqygtxZFc6V6PDMpbIqnuVfQFsg9zTX+guhGcGwgVXDnKg25gmHIzN/u1sPH2f+PoDdpxZ+5wIprI0aatAvgdDa62AuceuNjM8YTyw0iDVM8hqDaVpY6heoeb448UZ76fz1rUDkKSJ8JdpozZ1RR4qA7362wmTPJJXMhDL7wuh/KaCIzyZcJ9P7zCeHcZxSpEw4QK5WDqC1GYTf1fiNsn7T7iBkmvQ4RMVOkm1iFcE1Hd9l3EMFwbhYuAxes2fES6izLdRUxL8jJ5YUCU7MJbnmUZ4cLLAiVnEbNTvSzCiMg31TBt9r0YqvaXZSjcAA==);whiteSpace=wrap;html=1;flipV=1;fillColor=#4D4D4D;fillStyle=solid;gradientColor=none;flipH=1;" parent="xG4Lxz5vGgRE9JCWwKTY-1" vertex="1">
          <mxGeometry x="960" y="849.95" width="70" height="60" as="geometry" />
        </mxCell>
        <mxCell id="6Hq7KQMDtwCq4GpELcWa-24" style="edgeStyle=orthogonalEdgeStyle;rounded=0;orthogonalLoop=1;jettySize=auto;html=1;exitX=0;exitY=0.5;exitDx=0;exitDy=0;entryX=1;entryY=0.75;entryDx=0;entryDy=0;endArrow=none;endFill=0;" parent="xG4Lxz5vGgRE9JCWwKTY-1" source="ERXI6H7VJ3-U-STfM57P-27" target="ERXI6H7VJ3-U-STfM57P-25" edge="1">
          <mxGeometry relative="1" as="geometry" />
        </mxCell>
        <mxCell id="uwgXkesg3cz8gNDAVro1-11" value="RA11" style="edgeLabel;html=1;align=center;verticalAlign=middle;resizable=0;points=[];" vertex="1" connectable="0" parent="6Hq7KQMDtwCq4GpELcWa-24">
          <mxGeometry x="0.362" y="1" relative="1" as="geometry">
            <mxPoint as="offset" />
          </mxGeometry>
        </mxCell>
        <mxCell id="ERXI6H7VJ3-U-STfM57P-27" value="&lt;div&gt;Resitor Divider&lt;/div&gt;" style="rounded=1;whiteSpace=wrap;html=1;fillColor=#1A1A1A;strokeColor=#FFFFFF;fontColor=#FFFFFF;fontSize=10;fontStyle=1;perimeterSpacing=2;" parent="xG4Lxz5vGgRE9JCWwKTY-1" vertex="1">
          <mxGeometry x="1240" y="879.9099999999999" width="80" height="40" as="geometry" />
        </mxCell>
        <mxCell id="6Hq7KQMDtwCq4GpELcWa-23" style="edgeStyle=orthogonalEdgeStyle;rounded=0;orthogonalLoop=1;jettySize=auto;html=1;exitX=0.5;exitY=0;exitDx=0;exitDy=0;entryX=0.5;entryY=1;entryDx=0;entryDy=0;" parent="xG4Lxz5vGgRE9JCWwKTY-1" source="ERXI6H7VJ3-U-STfM57P-28" target="xG4Lxz5vGgRE9JCWwKTY-19" edge="1">
          <mxGeometry relative="1" as="geometry" />
        </mxCell>
        <mxCell id="ERXI6H7VJ3-U-STfM57P-28" value="ADC4 Core&lt;div&gt;Freq Select&lt;br&gt;CH1 | AN4 | RB10&amp;nbsp;&lt;br&gt;Trig: Software&lt;/div&gt;" style="rounded=1;whiteSpace=wrap;html=1;fillColor=#4D4D4D;strokeColor=#4D4D4D;fontColor=#FFFFFF;fontSize=10;" parent="xG4Lxz5vGgRE9JCWwKTY-1" vertex="1">
          <mxGeometry x="940" y="320" width="120" height="80" as="geometry" />
        </mxCell>
        <mxCell id="6Hq7KQMDtwCq4GpELcWa-22" style="edgeStyle=orthogonalEdgeStyle;rounded=0;orthogonalLoop=1;jettySize=auto;html=1;exitX=0;exitY=0.5;exitDx=0;exitDy=0;entryX=1;entryY=0.5;entryDx=0;entryDy=0;" parent="xG4Lxz5vGgRE9JCWwKTY-1" source="ERXI6H7VJ3-U-STfM57P-29" target="ERXI6H7VJ3-U-STfM57P-28" edge="1">
          <mxGeometry relative="1" as="geometry" />
        </mxCell>
        <mxCell id="uwgXkesg3cz8gNDAVro1-14" value="RB10" style="edgeLabel;html=1;align=center;verticalAlign=middle;resizable=0;points=[];" vertex="1" connectable="0" parent="6Hq7KQMDtwCq4GpELcWa-22">
          <mxGeometry x="-0.1055" y="-1" relative="1" as="geometry">
            <mxPoint as="offset" />
          </mxGeometry>
        </mxCell>
        <mxCell id="ERXI6H7VJ3-U-STfM57P-29" value="&lt;div&gt;Resitor Divider&lt;/div&gt;" style="rounded=1;whiteSpace=wrap;html=1;fillColor=#1A1A1A;strokeColor=#FFFFFF;fontColor=#FFFFFF;fontSize=10;fontStyle=1;perimeterSpacing=2;" parent="xG4Lxz5vGgRE9JCWwKTY-1" vertex="1">
          <mxGeometry x="1120" y="339.9999999999999" width="80" height="40" as="geometry" />
        </mxCell>
        <mxCell id="6Hq7KQMDtwCq4GpELcWa-0" value="PCI fault → Overcurrent limit" style="edgeStyle=orthogonalEdgeStyle;strokeColor=#CC0000;fontColor=#FF6666;labelBackgroundColor=#1A1A1A;fontSize=9;dashed=1;strokeWidth=2;entryX=0;entryY=0.75;entryDx=0;entryDy=0;exitX=0;exitY=0.5;exitDx=0;exitDy=0;" parent="xG4Lxz5vGgRE9JCWwKTY-1" source="ERXI6H7VJ3-U-STfM57P-25" target="xG4Lxz5vGgRE9JCWwKTY-19" edge="1">
          <mxGeometry x="0.7412" relative="1" as="geometry">
            <mxPoint x="900" y="689.95" as="targetPoint" />
            <Array as="points">
              <mxPoint x="860" y="880" />
              <mxPoint x="860" y="180" />
            </Array>
            <mxPoint as="offset" />
            <mxPoint x="900" y="895.95" as="sourcePoint" />
          </mxGeometry>
        </mxCell>
        <mxCell id="6Hq7KQMDtwCq4GpELcWa-2" style="edgeStyle=orthogonalEdgeStyle;rounded=0;orthogonalLoop=1;jettySize=auto;html=1;exitX=1;exitY=0.5;exitDx=0;exitDy=0;entryX=0;entryY=0.5;entryDx=0;entryDy=0;entryPerimeter=0;" parent="xG4Lxz5vGgRE9JCWwKTY-1" source="xG4Lxz5vGgRE9JCWwKTY-18" target="ERXI6H7VJ3-U-STfM57P-3" edge="1">
          <mxGeometry relative="1" as="geometry" />
        </mxCell>
        <mxCell id="6Hq7KQMDtwCq4GpELcWa-3" style="edgeStyle=orthogonalEdgeStyle;rounded=0;orthogonalLoop=1;jettySize=auto;html=1;exitX=1;exitY=0.5;exitDx=0;exitDy=0;entryX=0.5;entryY=0;entryDx=0;entryDy=0;entryPerimeter=0;" parent="xG4Lxz5vGgRE9JCWwKTY-1" source="xG4Lxz5vGgRE9JCWwKTY-20" target="ERXI6H7VJ3-U-STfM57P-3" edge="1">
          <mxGeometry relative="1" as="geometry" />
        </mxCell>
        <mxCell id="6Hq7KQMDtwCq4GpELcWa-4" style="edgeStyle=orthogonalEdgeStyle;rounded=0;orthogonalLoop=1;jettySize=auto;html=1;exitX=0.5;exitY=0;exitDx=0;exitDy=0;entryX=0.5;entryY=1;entryDx=0;entryDy=0;entryPerimeter=0;" parent="xG4Lxz5vGgRE9JCWwKTY-1" source="ERXI6H7VJ3-U-STfM57P-6" target="ERXI6H7VJ3-U-STfM57P-3" edge="1">
          <mxGeometry relative="1" as="geometry" />
        </mxCell>
        <mxCell id="6Hq7KQMDtwCq4GpELcWa-10" value="" style="edgeStyle=orthogonalEdgeStyle;rounded=0;orthogonalLoop=1;jettySize=auto;html=1;exitX=1;exitY=0.5;exitDx=0;exitDy=0;entryDx=0;entryDy=0;endArrow=none;endFill=0;" parent="xG4Lxz5vGgRE9JCWwKTY-1" source="xG4Lxz5vGgRE9JCWwKTY-21" target="6Hq7KQMDtwCq4GpELcWa-11" edge="1">
          <mxGeometry relative="1" as="geometry">
            <mxPoint x="1190" y="680" as="targetPoint" />
            <mxPoint x="1040" y="760" as="sourcePoint" />
            <Array as="points" />
          </mxGeometry>
        </mxCell>
        <mxCell id="uwgXkesg3cz8gNDAVro1-10" value="RA1" style="edgeLabel;html=1;align=center;verticalAlign=middle;resizable=0;points=[];" vertex="1" connectable="0" parent="6Hq7KQMDtwCq4GpELcWa-10">
          <mxGeometry x="0.2" y="2" relative="1" as="geometry">
            <mxPoint as="offset" />
          </mxGeometry>
        </mxCell>
        <mxCell id="6Hq7KQMDtwCq4GpELcWa-11" value="" style="shape=waypoint;sketch=0;fillStyle=solid;size=6;pointerEvents=1;points=[];fillColor=none;resizable=0;rotatable=0;perimeter=centerPerimeter;snapToPoint=1;" parent="xG4Lxz5vGgRE9JCWwKTY-1" vertex="1">
          <mxGeometry x="1230" y="750" width="20" height="20" as="geometry" />
        </mxCell>
        <mxCell id="6Hq7KQMDtwCq4GpELcWa-13" value="" style="edgeStyle=orthogonalEdgeStyle;rounded=0;orthogonalLoop=1;jettySize=auto;html=1;exitDx=0;exitDy=0;entryDx=0;entryDy=0;endArrow=none;endFill=0;" parent="xG4Lxz5vGgRE9JCWwKTY-1" source="6Hq7KQMDtwCq4GpELcWa-11" target="6Hq7KQMDtwCq4GpELcWa-14" edge="1">
          <mxGeometry relative="1" as="geometry">
            <mxPoint x="1190" y="680" as="targetPoint" />
            <mxPoint x="1240" y="760" as="sourcePoint" />
            <Array as="points">
              <mxPoint x="1240" y="760" />
            </Array>
          </mxGeometry>
        </mxCell>
        <mxCell id="6Hq7KQMDtwCq4GpELcWa-14" value="" style="shape=waypoint;sketch=0;fillStyle=solid;size=6;pointerEvents=1;points=[];fillColor=none;resizable=0;rotatable=0;perimeter=centerPerimeter;snapToPoint=1;" parent="xG4Lxz5vGgRE9JCWwKTY-1" vertex="1">
          <mxGeometry x="1230" y="670" width="20" height="20" as="geometry" />
        </mxCell>
        <mxCell id="6Hq7KQMDtwCq4GpELcWa-15" style="edgeStyle=orthogonalEdgeStyle;rounded=0;orthogonalLoop=1;jettySize=auto;html=1;exitX=0;exitY=0.5;exitDx=0;exitDy=0;entryX=0.717;entryY=0.483;entryDx=0;entryDy=0;entryPerimeter=0;endArrow=none;endFill=0;" parent="xG4Lxz5vGgRE9JCWwKTY-1" source="ERXI6H7VJ3-U-STfM57P-19" target="6Hq7KQMDtwCq4GpELcWa-14" edge="1">
          <mxGeometry relative="1" as="geometry" />
        </mxCell>
        <mxCell id="6Hq7KQMDtwCq4GpELcWa-19" value="" style="edgeStyle=orthogonalEdgeStyle;rounded=0;orthogonalLoop=1;jettySize=auto;html=1;exitX=1;exitY=0.5;exitDx=0;exitDy=0;entryDx=0;entryDy=0;endArrow=none;endFill=0;" parent="xG4Lxz5vGgRE9JCWwKTY-1" source="ERXI6H7VJ3-U-STfM57P-19" target="6Hq7KQMDtwCq4GpELcWa-20" edge="1">
          <mxGeometry relative="1" as="geometry">
            <mxPoint x="1040" y="560" as="targetPoint" />
            <mxPoint x="1382" y="680" as="sourcePoint" />
            <Array as="points">
              <mxPoint x="1400" y="680" />
              <mxPoint x="1400" y="560" />
            </Array>
          </mxGeometry>
        </mxCell>
        <mxCell id="6Hq7KQMDtwCq4GpELcWa-20" value="" style="shape=waypoint;sketch=0;fillStyle=solid;size=6;pointerEvents=1;points=[];fillColor=none;resizable=0;rotatable=0;perimeter=centerPerimeter;snapToPoint=1;" parent="xG4Lxz5vGgRE9JCWwKTY-1" vertex="1">
          <mxGeometry x="1070" y="550" width="20" height="20" as="geometry" />
        </mxCell>
        <mxCell id="6Hq7KQMDtwCq4GpELcWa-25" style="edgeStyle=orthogonalEdgeStyle;rounded=0;orthogonalLoop=1;jettySize=auto;html=1;exitX=1;exitY=0.25;exitDx=0;exitDy=0;entryX=0.517;entryY=0.775;entryDx=0;entryDy=0;entryPerimeter=0;endArrow=none;endFill=0;" parent="xG4Lxz5vGgRE9JCWwKTY-1" source="ERXI6H7VJ3-U-STfM57P-25" target="6Hq7KQMDtwCq4GpELcWa-11" edge="1">
          <mxGeometry relative="1" as="geometry" />
        </mxCell>
        <mxCell id="uwgXkesg3cz8gNDAVro1-12" value="RA6" style="edgeLabel;html=1;align=center;verticalAlign=middle;resizable=0;points=[];" vertex="1" connectable="0" parent="6Hq7KQMDtwCq4GpELcWa-25">
          <mxGeometry x="-0.5931" y="-1" relative="1" as="geometry">
            <mxPoint as="offset" />
          </mxGeometry>
        </mxCell>
        <mxCell id="6Hq7KQMDtwCq4GpELcWa-29" value="" style="edgeStyle=orthogonalEdgeStyle;rounded=0;orthogonalLoop=1;jettySize=auto;html=1;exitX=1;exitY=0.5;exitDx=0;exitDy=0;entryDx=0;entryDy=0;endArrow=none;endFill=0;" parent="xG4Lxz5vGgRE9JCWwKTY-1" source="ERXI6H7VJ3-U-STfM57P-0" target="6Hq7KQMDtwCq4GpELcWa-30" edge="1">
          <mxGeometry relative="1" as="geometry">
            <mxPoint x="380" y="160" as="sourcePoint" />
            <mxPoint x="440" y="160" as="targetPoint" />
          </mxGeometry>
        </mxCell>
        <mxCell id="6Hq7KQMDtwCq4GpELcWa-30" value="" style="shape=waypoint;sketch=0;fillStyle=solid;size=6;pointerEvents=1;points=[];fillColor=none;resizable=0;rotatable=0;perimeter=centerPerimeter;snapToPoint=1;" parent="xG4Lxz5vGgRE9JCWwKTY-1" vertex="1">
          <mxGeometry x="390" y="150" width="20" height="20" as="geometry" />
        </mxCell>
        <mxCell id="6Hq7KQMDtwCq4GpELcWa-31" style="edgeStyle=orthogonalEdgeStyle;rounded=0;orthogonalLoop=1;jettySize=auto;html=1;exitX=1;exitY=0.5;exitDx=0;exitDy=0;entryX=0.433;entryY=0.817;entryDx=0;entryDy=0;entryPerimeter=0;endArrow=none;endFill=0;" parent="xG4Lxz5vGgRE9JCWwKTY-1" source="ERXI6H7VJ3-U-STfM57P-12" target="6Hq7KQMDtwCq4GpELcWa-30" edge="1">
          <mxGeometry relative="1" as="geometry" />
        </mxCell>
-         <mxCell id="uwgXkesg3cz8gNDAVro1-1" value="RA1" style="edgeLabel;html=1;align=center;verticalAlign=middle;resizable=0;points=[];" vertex="1" connectable="0" parent="6Hq7KQMDtwCq4GpELcWa-31">
+         <mxCell id="uwgXkesg3cz8gNDAVro1-1" value="RA2" style="edgeLabel;html=1;align=center;verticalAlign=middle;resizable=0;points=[];" vertex="1" connectable="0" parent="6Hq7KQMDtwCq4GpELcWa-31">
          <mxGeometry x="-0.8019" relative="1" as="geometry">
            <mxPoint as="offset" />
          </mxGeometry>
        </mxCell>
        <mxCell id="6Hq7KQMDtwCq4GpELcWa-35" value="" style="edgeStyle=orthogonalEdgeStyle;rounded=0;orthogonalLoop=1;jettySize=auto;html=1;exitX=0;exitY=0.75;exitDx=0;exitDy=0;entryDx=0;entryDy=0;endArrow=none;endFill=0;" parent="xG4Lxz5vGgRE9JCWwKTY-1" source="ERXI6H7VJ3-U-STfM57P-0" target="6Hq7KQMDtwCq4GpELcWa-34" edge="1">
          <mxGeometry relative="1" as="geometry">
            <mxPoint x="290" y="180" as="sourcePoint" />
            <mxPoint x="198" y="220" as="targetPoint" />
            <Array as="points" />
          </mxGeometry>
        </mxCell>
        <mxCell id="uwgXkesg3cz8gNDAVro1-0" value="RA3" style="edgeLabel;html=1;align=center;verticalAlign=middle;resizable=0;points=[];" vertex="1" connectable="0" parent="6Hq7KQMDtwCq4GpELcWa-35">
          <mxGeometry x="-0.7374" y="-1" relative="1" as="geometry">
            <mxPoint x="1" as="offset" />
          </mxGeometry>
        </mxCell>
        <mxCell id="6Hq7KQMDtwCq4GpELcWa-34" value="" style="shape=waypoint;sketch=0;fillStyle=solid;size=6;pointerEvents=1;points=[];fillColor=none;resizable=0;rotatable=0;perimeter=centerPerimeter;snapToPoint=1;" parent="xG4Lxz5vGgRE9JCWwKTY-1" vertex="1">
          <mxGeometry x="70" y="169.95" width="20" height="20" as="geometry" />
        </mxCell>
        <mxCell id="6Hq7KQMDtwCq4GpELcWa-36" style="edgeStyle=orthogonalEdgeStyle;rounded=0;orthogonalLoop=1;jettySize=auto;html=1;exitX=0.5;exitY=1;exitDx=0;exitDy=0;entryX=0.457;entryY=0.357;entryDx=0;entryDy=0;entryPerimeter=0;endArrow=none;endFill=0;" parent="xG4Lxz5vGgRE9JCWwKTY-1" source="ERXI6H7VJ3-U-STfM57P-13" target="6Hq7KQMDtwCq4GpELcWa-34" edge="1">
          <mxGeometry relative="1" as="geometry" />
        </mxCell>
        <mxCell id="6Hq7KQMDtwCq4GpELcWa-38" value="" style="edgeStyle=orthogonalEdgeStyle;rounded=0;orthogonalLoop=1;jettySize=auto;html=1;exitX=1;exitY=0.5;exitDx=0;exitDy=0;entryDx=0;entryDy=0;endArrow=none;endFill=0;" parent="xG4Lxz5vGgRE9JCWwKTY-1" source="xG4Lxz5vGgRE9JCWwKTY-10" target="6Hq7KQMDtwCq4GpELcWa-39" edge="1">
          <mxGeometry relative="1" as="geometry">
            <mxPoint x="202" y="320" as="sourcePoint" />
            <mxPoint x="440" y="320" as="targetPoint" />
          </mxGeometry>
        </mxCell>
        <mxCell id="uwgXkesg3cz8gNDAVro1-4" value="RB2" style="edgeLabel;html=1;align=center;verticalAlign=middle;resizable=0;points=[];" vertex="1" connectable="0" parent="6Hq7KQMDtwCq4GpELcWa-38">
          <mxGeometry x="-0.0805" y="1" relative="1" as="geometry">
            <mxPoint as="offset" />
          </mxGeometry>
        </mxCell>
        <mxCell id="6Hq7KQMDtwCq4GpELcWa-39" value="" style="shape=waypoint;sketch=0;fillStyle=solid;size=6;pointerEvents=1;points=[];fillColor=none;resizable=0;rotatable=0;perimeter=centerPerimeter;snapToPoint=1;" parent="xG4Lxz5vGgRE9JCWwKTY-1" vertex="1">
          <mxGeometry x="240" y="310" width="20" height="20" as="geometry" />
        </mxCell>
        <mxCell id="6Hq7KQMDtwCq4GpELcWa-40" style="edgeStyle=orthogonalEdgeStyle;rounded=0;orthogonalLoop=1;jettySize=auto;html=1;exitX=0;exitY=0.25;exitDx=0;exitDy=0;entryX=0.558;entryY=0.942;entryDx=0;entryDy=0;entryPerimeter=0;endArrow=none;endFill=0;" parent="xG4Lxz5vGgRE9JCWwKTY-1" source="ERXI6H7VJ3-U-STfM57P-14" target="6Hq7KQMDtwCq4GpELcWa-39" edge="1">
          <mxGeometry relative="1" as="geometry" />
        </mxCell>
        <mxCell id="6Hq7KQMDtwCq4GpELcWa-47" value="" style="shape=waypoint;sketch=0;fillStyle=solid;size=6;pointerEvents=1;points=[];fillColor=none;resizable=0;rotatable=0;perimeter=centerPerimeter;snapToPoint=1;" parent="xG4Lxz5vGgRE9JCWwKTY-1" vertex="1">
          <mxGeometry x="240" y="480" width="20" height="20" as="geometry" />
        </mxCell>
        <mxCell id="6Hq7KQMDtwCq4GpELcWa-50" style="edgeStyle=orthogonalEdgeStyle;rounded=0;orthogonalLoop=1;jettySize=auto;html=1;exitX=1;exitY=0.5;exitDx=0;exitDy=0;entryX=0;entryY=0.25;entryDx=0;entryDy=0;" parent="xG4Lxz5vGgRE9JCWwKTY-1" source="6Hq7KQMDtwCq4GpELcWa-49" target="ERXI6H7VJ3-U-STfM57P-0" edge="1">
          <mxGeometry relative="1" as="geometry" />
        </mxCell>
-         <mxCell id="uwgXkesg3cz8gNDAVro1-2" value="RA4" style="edgeLabel;html=1;align=center;verticalAlign=middle;resizable=0;points=[];" vertex="1" connectable="0" parent="6Hq7KQMDtwCq4GpELcWa-50">
-           <mxGeometry x="-0.0809" relative="1" as="geometry">
-             <mxPoint as="offset" />
-           </mxGeometry>
-         </mxCell>
-         <mxCell id="6Hq7KQMDtwCq4GpELcWa-49" value="&lt;div&gt;External Vref&lt;/div&gt;&lt;div&gt;or internal vref&lt;/div&gt;" style="rounded=1;whiteSpace=wrap;html=1;fillColor=#1A1A1A;strokeColor=#FFFFFF;fontColor=#FFFFFF;fontSize=10;fontStyle=1;perimeterSpacing=2;" parent="xG4Lxz5vGgRE9JCWwKTY-1" vertex="1">
+         <mxCell id="6Hq7KQMDtwCq4GpELcWa-49" value="&lt;div&gt;Internal Vref&lt;/div&gt;&lt;div&gt;AVCC/2&lt;/div&gt;" style="rounded=1;whiteSpace=wrap;html=1;fillColor=#1A1A1A;strokeColor=#FFFFFF;fontColor=#FFFFFF;fontSize=10;fontStyle=1;perimeterSpacing=2;" parent="xG4Lxz5vGgRE9JCWwKTY-1" vertex="1">
          <mxGeometry x="160" y="119.94999999999999" width="80" height="40" as="geometry" />
        </mxCell>
        <mxCell id="6Hq7KQMDtwCq4GpELcWa-53" style="edgeStyle=orthogonalEdgeStyle;rounded=0;orthogonalLoop=1;jettySize=auto;html=1;exitX=1;exitY=0.5;exitDx=0;exitDy=0;entryX=0.5;entryY=1;entryDx=0;entryDy=0;" parent="xG4Lxz5vGgRE9JCWwKTY-1" source="6Hq7KQMDtwCq4GpELcWa-51" target="ERXI6H7VJ3-U-STfM57P-5" edge="1">
          <mxGeometry relative="1" as="geometry" />
        </mxCell>
        <mxCell id="6Hq7KQMDtwCq4GpELcWa-51" value="+1" style="rounded=1;whiteSpace=wrap;html=1;fillColor=#0050EF;strokeColor=#0050EF;fontColor=#FFFFFF;fontSize=10;" parent="xG4Lxz5vGgRE9JCWwKTY-1" vertex="1">
          <mxGeometry x="590" y="520" width="40" height="40" as="geometry" />
        </mxCell>
      </root>
    </mxGraphModel>
  </diagram>
</mxfile>
